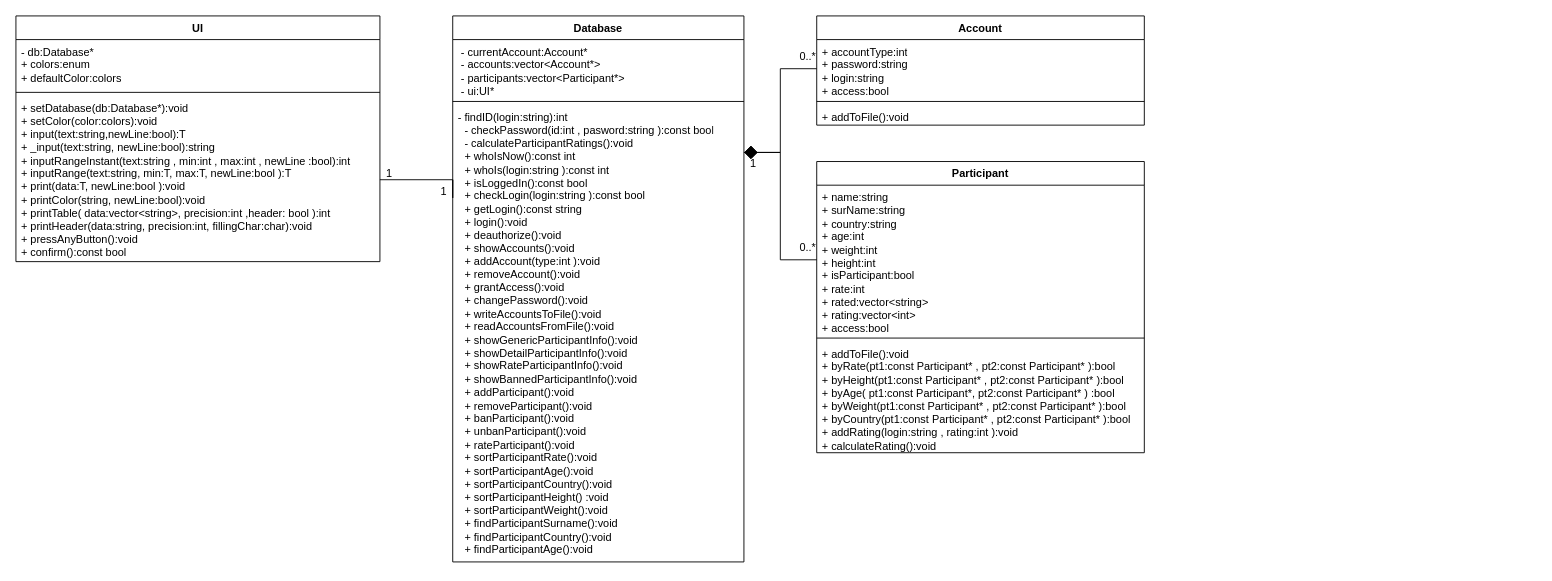
ThomasCharester/KursuchBeautyCompetition keeps this draw.io diagram as classes.drawio. Above is the earlier version. Source tidied: cells renumbered, new cells numbered last; positions are measured from the earlier drawing's top-left corner, leaving out a move shared by most shapes. Both pictures are drawn from the tidied source at 91%, with x=0, y=0 at pixel (15, 15).
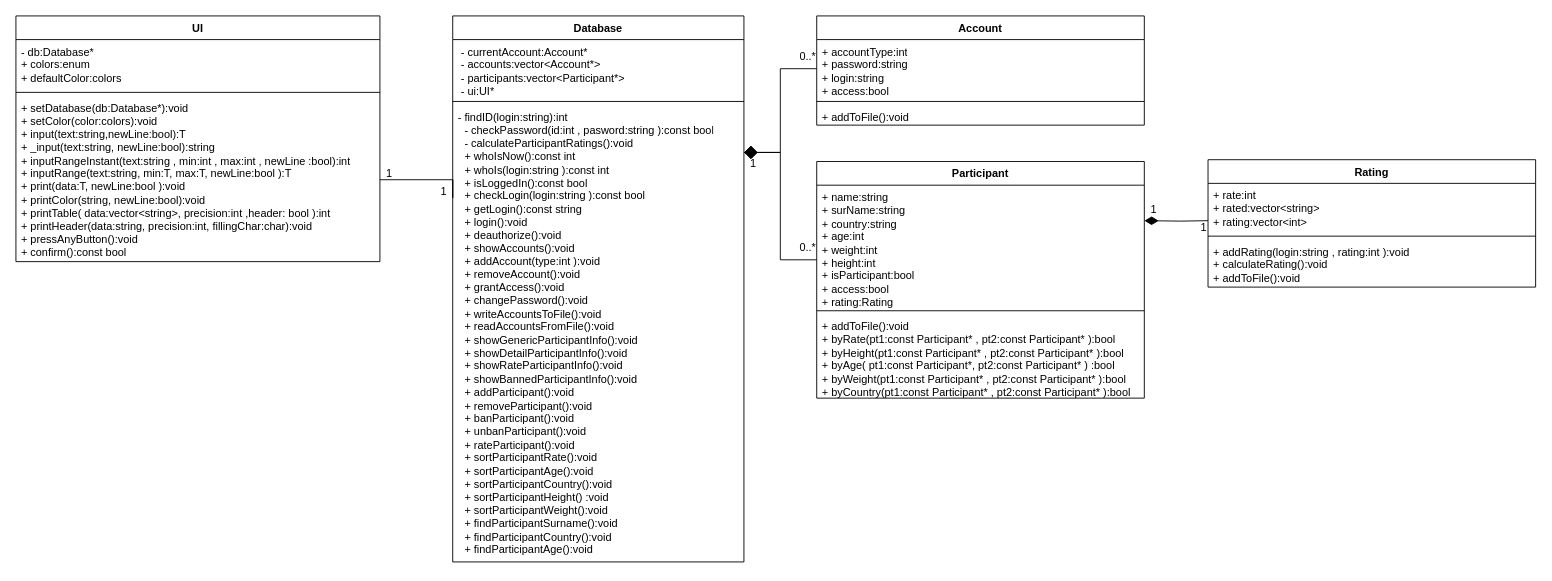
Above is the later version.

Diff of the diagram source:
```diff
@@
     <mxCell id="15" value="Participant" style="swimlane;fontStyle=1;align=center;verticalAlign=top;horizontal=1;startSize=26;whiteSpace=wrap;html=1;" parent="1" vertex="1">
-      <mxGeometry x="880" y="160" width="360" height="320" as="geometry" />
+      <mxGeometry x="880" y="160" width="360" height="260" as="geometry" />
     </mxCell>
-    <mxCell id="16" value="&lt;div&gt;+ name:string&lt;/div&gt;&lt;div&gt;+ surName:string&lt;/div&gt;&lt;div&gt;+ country:string&lt;/div&gt;&lt;div&gt;+ age:int&lt;/div&gt;&lt;div&gt;+ weight:int&lt;/div&gt;&lt;div&gt;+ height:int&lt;/div&gt;&lt;div&gt;+ isParticipant:bool&lt;/div&gt;&lt;div&gt;+ rate:int&lt;/div&gt;&lt;div&gt;+ rated:vector&amp;lt;string&amp;gt;&lt;/div&gt;&lt;div&gt;+ rating:vector&amp;lt;int&amp;gt;&lt;br&gt;&lt;/div&gt;&lt;div&gt;+ access:bool&lt;/div&gt;" style="text;strokeColor=none;fillColor=none;align=left;verticalAlign=top;spacingLeft=4;spacingRight=4;overflow=hidden;points=[[0,0.5],[1,0.5]];portConstraint=eastwest;whiteSpace=wrap;html=1;" parent="15" vertex="1">
-      <mxGeometry y="26" width="360" height="164" as="geometry" />
+    <mxCell id="16" value="&lt;div&gt;+ name:string&lt;/div&gt;&lt;div&gt;+ surName:string&lt;/div&gt;&lt;div&gt;+ country:string&lt;/div&gt;&lt;div&gt;+ age:int&lt;/div&gt;&lt;div&gt;+ weight:int&lt;/div&gt;&lt;div&gt;+ height:int&lt;/div&gt;&lt;div&gt;+ isParticipant:bool&lt;/div&gt;&lt;div&gt;+ access:bool&lt;/div&gt;&lt;div&gt;+ rating:Rating&lt;br&gt;&lt;/div&gt;&lt;div&gt;&lt;br&gt;&lt;/div&gt;" style="text;strokeColor=none;fillColor=none;align=left;verticalAlign=top;spacingLeft=4;spacingRight=4;overflow=hidden;points=[[0,0.5],[1,0.5]];portConstraint=eastwest;whiteSpace=wrap;html=1;" parent="15" vertex="1">
+      <mxGeometry y="26" width="360" height="134" as="geometry" />
     </mxCell>
     <mxCell id="17" style="line;strokeWidth=1;fillColor=none;align=left;verticalAlign=middle;spacingTop=-1;spacingLeft=3;spacingRight=3;labelPosition=right;strokeColor=inherit;" parent="15" vertex="1">
-      <mxGeometry y="190" width="360" height="8" as="geometry" />
+      <mxGeometry y="160" width="360" height="8" as="geometry" />
     </mxCell>
-    <mxCell id="18" value="&lt;div&gt;+ addToFile():void&lt;/div&gt;&lt;div&gt;+ byRate(pt1:const Participant* , pt2:const Participant* ):bool&lt;br&gt;+ byHeight(pt1:const Participant* , pt2:const Participant* ):bool&lt;br&gt;+ byAge( pt1:const Participant*, pt2:const Participant* ) :bool&lt;br&gt;+ byWeight(pt1:const Participant* , pt2:const Participant* ):bool&lt;br&gt;+ byCountry(pt1:const Participant* , pt2:const Participant* ):bool&lt;br&gt;+ addRating(login:string , rating:int ):void&lt;br&gt;+ calculateRating():void&lt;/div&gt;" style="text;strokeColor=none;fillColor=none;align=left;verticalAlign=top;spacingLeft=4;spacingRight=4;overflow=hidden;whiteSpace=wrap;html=1;" parent="15" vertex="1">
-      <mxGeometry y="198" width="360" height="122" as="geometry" />
+    <mxCell id="18" value="&lt;div&gt;+ addToFile():void&lt;/div&gt;&lt;div&gt;+ byRate(pt1:const Participant* , pt2:const Participant* ):bool&lt;br&gt;+ byHeight(pt1:const Participant* , pt2:const Participant* ):bool&lt;br&gt;+ byAge( pt1:const Participant*, pt2:const Participant* ) :bool&lt;br&gt;+ byWeight(pt1:const Participant* , pt2:const Participant* ):bool&lt;br&gt;+ byCountry(pt1:const Participant* , pt2:const Participant* ):bool&lt;br&gt;&lt;/div&gt;" style="text;strokeColor=none;fillColor=none;align=left;verticalAlign=top;spacingLeft=4;spacingRight=4;overflow=hidden;whiteSpace=wrap;html=1;" parent="15" vertex="1">
+      <mxGeometry y="168" width="360" height="92" as="geometry" />
     </mxCell>
@@
+    <mxCell id="26" value="Rating" style="swimlane;fontStyle=1;align=center;verticalAlign=top;horizontal=1;startSize=26;whiteSpace=wrap;html=1;" parent="1" vertex="1">
+      <mxGeometry x="1310" y="158" width="360" height="140" as="geometry" />
+    </mxCell>
+    <mxCell id="27" value="&lt;div&gt;+ rate:int&lt;/div&gt;&lt;div&gt;+ rated:vector&amp;lt;string&amp;gt;&lt;/div&gt;+ rating:vector&amp;lt;int&amp;gt;" style="text;strokeColor=none;fillColor=none;align=left;verticalAlign=top;spacingLeft=4;spacingRight=4;overflow=hidden;whiteSpace=wrap;html=1;" parent="26" vertex="1">
+      <mxGeometry y="26" width="360" height="54" as="geometry" />
+    </mxCell>
+    <mxCell id="28" style="line;strokeWidth=1;fillColor=none;align=left;verticalAlign=middle;spacingTop=-1;spacingLeft=3;spacingRight=3;labelPosition=right;strokeColor=inherit;" parent="26" vertex="1">
+      <mxGeometry y="80" width="360" height="8" as="geometry" />
+    </mxCell>
+    <mxCell id="29" value="+ addRating(login:string , rating:int ):void&lt;br&gt;&lt;div&gt;+ calculateRating():void&lt;/div&gt;&lt;div&gt;+ addToFile():void&lt;/div&gt;" style="text;strokeColor=none;fillColor=none;align=left;verticalAlign=top;spacingLeft=4;spacingRight=4;overflow=hidden;whiteSpace=wrap;html=1;" parent="26" vertex="1">
+      <mxGeometry y="88" width="360" height="52" as="geometry" />
+    </mxCell>
+    <mxCell id="30" style="edgeStyle=orthogonalEdgeStyle;rounded=0;jettySize=auto;html=1;endArrow=diamondThin;endFill=1;entryX=1;entryY=0.291;entryDx=0;entryDy=0;entryPerimeter=0;jumpSize=11;startSize=6;endSize=13;" parent="1" edge="1" target="16">
+      <mxGeometry relative="1" as="geometry">
+        <mxPoint x="1310" y="225" as="sourcePoint" />
+      </mxGeometry>
+    </mxCell>
+    <mxCell id="31" value="1" style="text;html=1;align=center;verticalAlign=middle;strokeColor=none;fillColor=none;" parent="1" vertex="1">
+      <mxGeometry x="1235" y="198" width="30" height="30" as="geometry" />
+    </mxCell>
+    <mxCell id="32" value="1" style="text;html=1;align=center;verticalAlign=middle;strokeColor=none;fillColor=none;" parent="1" vertex="1">
+      <mxGeometry x="1290" y="218" width="30" height="30" as="geometry" />
+    </mxCell>
```
